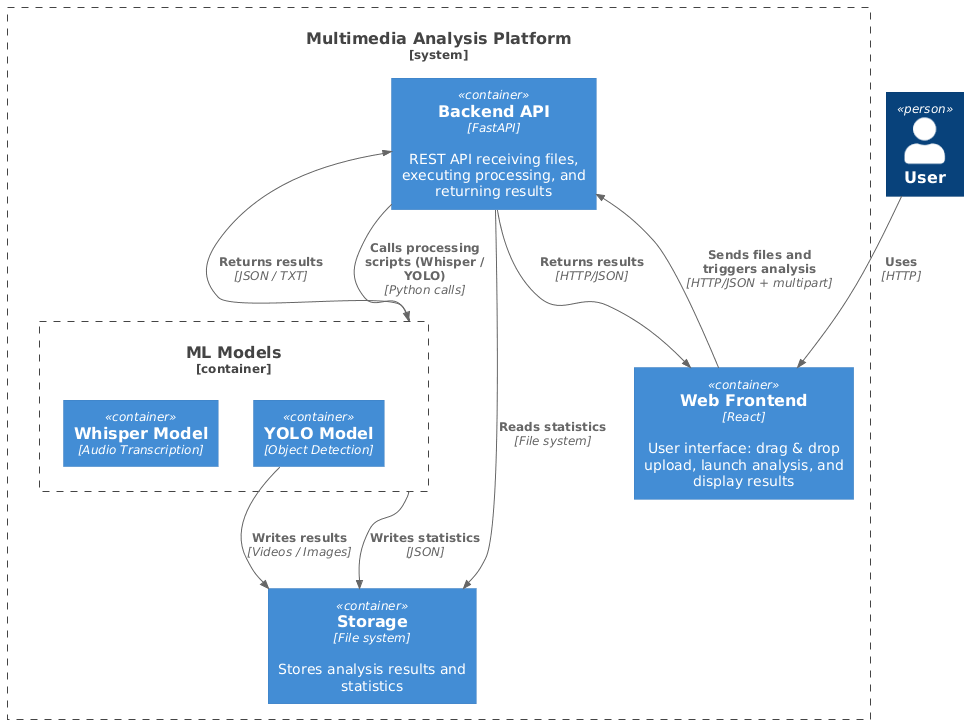
The PlantUML diagram pictures/C4_level2.png in Atneyo/PI_2025, before a commit.
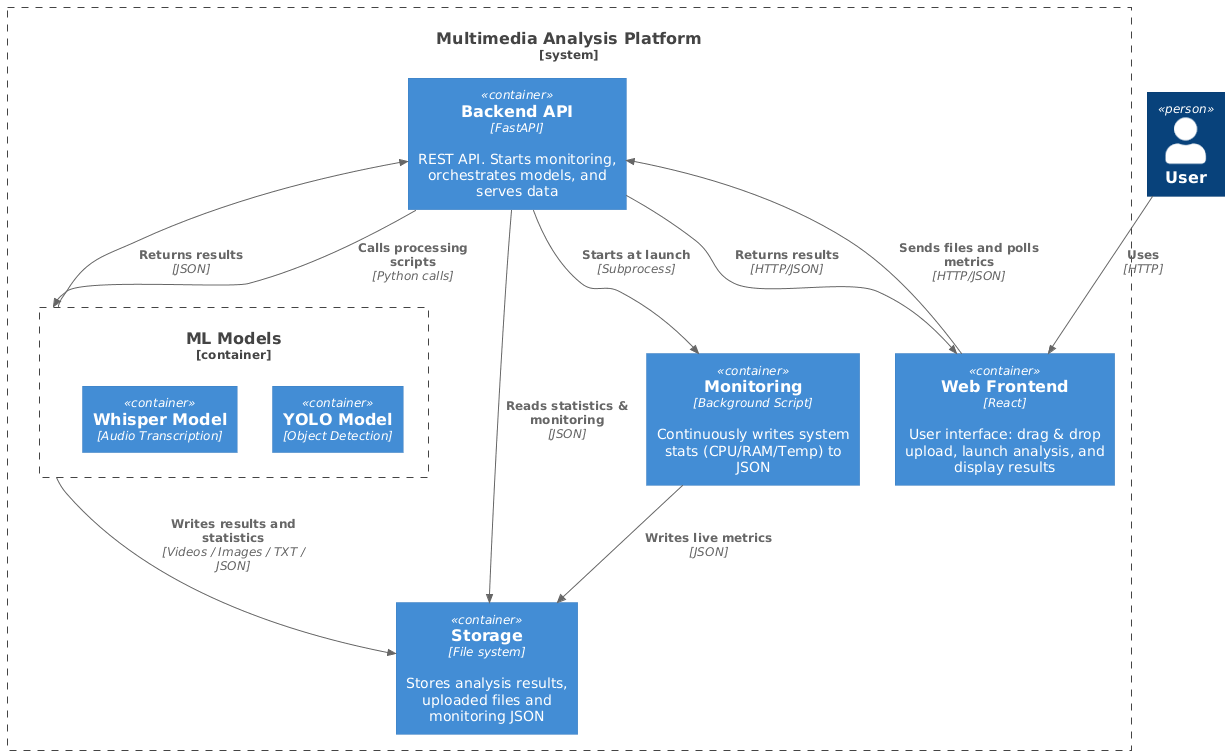
The same diagram one commit later.

The edit, as a diff of the source:
```diff
@@ -7,23 +7,29 @@
 
     Container(frontend, "Web Frontend","React","User interface: drag & drop upload, launch analysis, and display results")
 
-    Container(api, "Backend API","FastAPI","REST API receiving files, executing processing, and returning results")
+    Container(api, "Backend API","FastAPI","REST API. Starts monitoring, orchestrates models, and serves data")
 
-    Container(storage, "Storage","File system","Stores analysis results and statistics")
+    Container(storage, "Storage","File system","Stores analysis results, uploaded files and monitoring JSON")
 
     Container_Boundary(ml_boundary, "ML Models"){
       Container(yolo, "YOLO Model", "Object Detection")
       Container(whisper, "Whisper Model", "Audio Transcription")
     }
 
+    Container(monitoring, "Monitoring", "Background Script", "Continuously writes system stats (CPU/RAM/Temp) to JSON")
+
 }
 
 Rel(user, frontend, "Uses", "HTTP")
-Rel(frontend, api, "Sends files and triggers analysis", "HTTP/JSON + multipart")
-Rel(api, ml_boundary, "Calls processing scripts (Whisper / YOLO)", "Python calls")
-Rel(yolo, storage, "Writes results", "Videos / Images")
-Rel(ml_boundary, storage, "Writes statistics", "JSON")
-Rel_Left(ml_boundary, api, "Returns results", "JSON / TXT")
-Rel(api, storage, "Reads statistics", "File system")
+Rel(frontend, api, "Sends files and polls metrics", "HTTP/JSON")
+
+Rel(api, monitoring, "Starts at launch", "Subprocess")
+Rel(monitoring, storage, "Writes live metrics", "JSON")
+
+Rel(api, ml_boundary, "Calls processing scripts", "Python calls")
+Rel(ml_boundary, storage, "Writes results and statistics", "Videos / Images / TXT / JSON")
+Rel_Left(ml_boundary, api, "Returns results", "JSON")
+
+Rel(api, storage, "Reads statistics & monitoring", "JSON")
 Rel(api, frontend, "Returns results", "HTTP/JSON")
 @enduml
```
